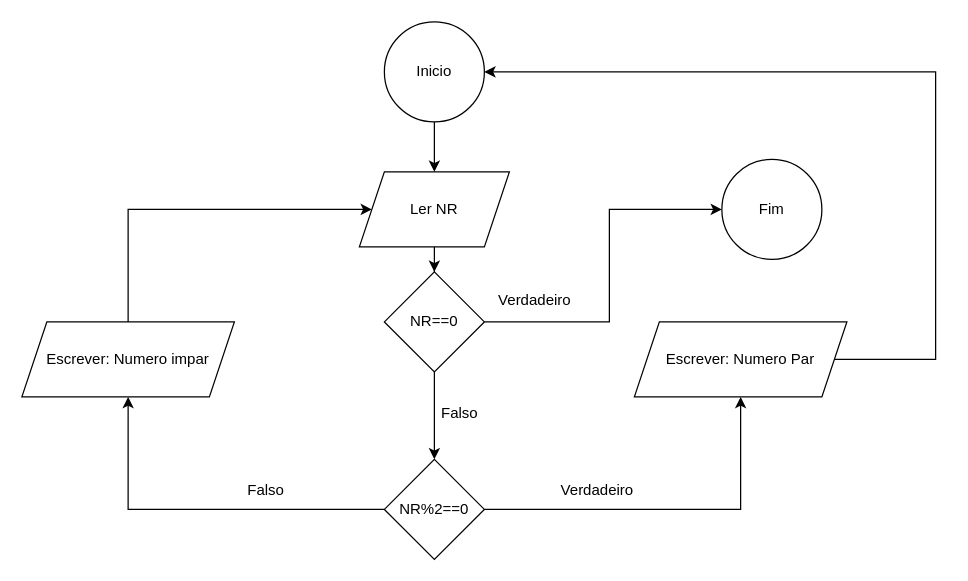
The draw.io diagram Ex8.drawio in Mobojobil/Tom-s-guerreiro-, before the edit. Source tidied: cells renumbered, new cells numbered last; positions are measured from the earlier drawing's top-left corner, leaving out a move shared by most shapes. Both pictures are drawn from the tidied source at 125%, with x=0, y=0 at pixel (21, 21).
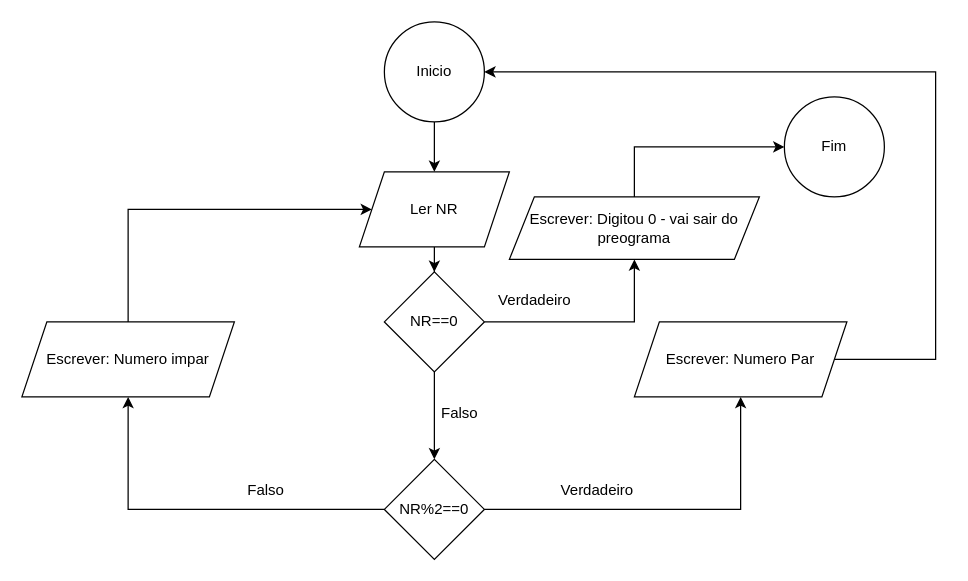
After the change.

Unchanged cells that the change refers to:
```xml
<mxCell id="17" value="NR==0" style="rhombus;whiteSpace=wrap;html=1;" parent="1" vertex="1">
  <mxGeometry x="290" y="200" width="80" height="80" as="geometry" />
</mxCell>
```

Change to the diagram source:
```diff
@@
-    <mxCell id="15" style="edgeStyle=orthogonalEdgeStyle;rounded=0;jettySize=auto;html=1;" parent="1" edge="1" source="17" target="18">
-      <mxGeometry relative="1" as="geometry">
-        <Array as="points">
-          <mxPoint x="470" y="240" />
-          <mxPoint x="470" y="150" />
-        </Array>
-      </mxGeometry>
-    </mxCell>
@@
+    <mxCell id="21" style="edgeStyle=orthogonalEdgeStyle;rounded=0;jettySize=auto;html=1;entryX=0.5;entryY=1;entryDx=0;entryDy=0;" parent="1" edge="1" source="17" target="23">
+      <mxGeometry relative="1" as="geometry" />
+    </mxCell>
@@
     <mxCell id="18" value="Fim" style="ellipse;whiteSpace=wrap;html=1;" parent="1" vertex="1">
-      <mxGeometry x="560" y="110" width="80" height="80" as="geometry" />
+      <mxGeometry x="610" y="60" width="80" height="80" as="geometry" />
     </mxCell>
@@
+    <mxCell id="22" style="edgeStyle=orthogonalEdgeStyle;rounded=0;jettySize=auto;html=1;" parent="1" edge="1" source="23" target="18">
+      <mxGeometry relative="1" as="geometry">
+        <Array as="points">
+          <mxPoint x="490" y="100" />
+        </Array>
+      </mxGeometry>
+    </mxCell>
+    <mxCell id="23" value="Escrever: Digitou 0 - vai sair do preograma" style="shape=parallelogram;perimeter=parallelogramPerimeter;whiteSpace=wrap;html=1;fixedSize=1;" parent="1" vertex="1">
+      <mxGeometry x="390" y="140" width="200" height="50" as="geometry" />
+    </mxCell>
```
